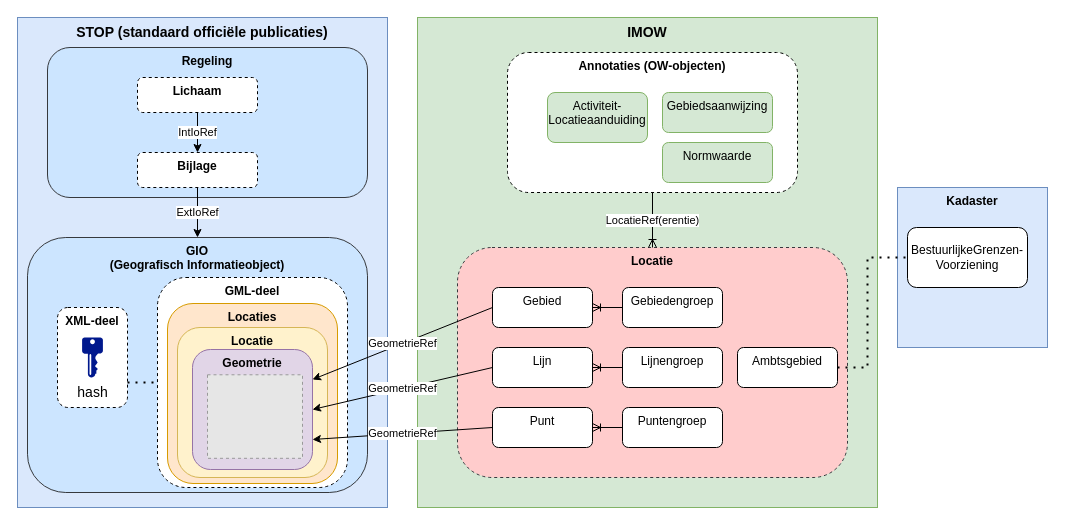
Before: LocatieOPenOW.drawio in Geonovum/DrawIO, a draw.io diagram. Source tidied: cells renumbered, new cells numbered last; positions are measured from the earlier drawing's top-left corner, leaving out a move shared by most shapes. Both pictures are drawn from the tidied source at 100%, with x=0, y=0 at pixel (17, 17). Pictures stored in the file or linked from it are replaced by grey dashed boxes.
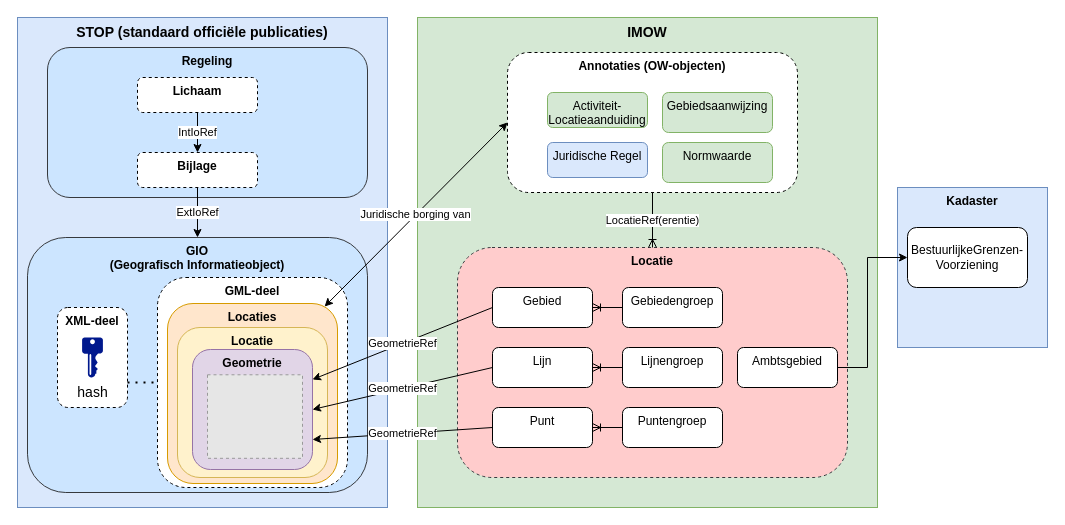
The same page after the edit.

The change refers to these unchanged cells:
```xml
<mxCell id="13" value="&lt;b&gt;Annotaties (OW-objecten)&lt;/b&gt;" style="rounded=1;whiteSpace=wrap;html=1;verticalAlign=top;dashed=1;" parent="1" vertex="1">
  <mxGeometry x="490" y="35" width="290" height="140" as="geometry" />
</mxCell>
<mxCell id="30" value="&lt;b&gt;Locaties&lt;/b&gt;" style="rounded=1;whiteSpace=wrap;html=1;verticalAlign=top;fillColor=#ffe6cc;strokeColor=#d79b00;" parent="1" vertex="1">
  <mxGeometry x="150" y="286" width="170" height="180" as="geometry" />
</mxCell>
<mxCell id="34" value="Ambtsgebied" style="rounded=1;whiteSpace=wrap;html=1;verticalAlign=top;" parent="1" vertex="1">
  <mxGeometry x="720" y="330" width="100" height="40" as="geometry" />
</mxCell>
<mxCell id="35" value="BestuurlijkeGrenzen-Voorziening" style="rounded=1;whiteSpace=wrap;html=1;" parent="1" vertex="1">
  <mxGeometry x="890" y="210" width="120" height="60" as="geometry" />
</mxCell>
```

Diff of the diagram source:
```diff
@@
     <mxCell id="14" value="Activiteit-Locatieaanduiding" style="rounded=1;whiteSpace=wrap;html=1;verticalAlign=top;fillColor=#d5e8d4;strokeColor=#82b366;" parent="1" vertex="1">
-      <mxGeometry x="530" y="75" width="100" height="50" as="geometry" />
+      <mxGeometry x="530" y="75" width="100" height="35" as="geometry" />
     </mxCell>
@@
-    <mxCell id="36" style="endArrow=none;dashed=1;html=1;dashPattern=1 3;strokeWidth=2;rounded=0;exitX=1;exitY=0.5;exitDx=0;exitDy=0;entryX=0;entryY=0.5;entryDx=0;entryDy=0;" parent="1" edge="1" source="34" target="35">
+    <mxCell id="36" style="endArrow=classic;html=1;strokeWidth=1;rounded=0;exitX=1;exitY=0.5;exitDx=0;exitDy=0;entryX=0;entryY=0.5;entryDx=0;entryDy=0;endFill=1;" parent="1" edge="1" source="34" target="35">
       <mxGeometry relative="1" as="geometry">
         <Array as="points">
           <mxPoint x="850" y="350" />
           <mxPoint x="850" y="240" />
         </Array>
       </mxGeometry>
     </mxCell>
@@
+    <mxCell id="40" value="Juridische Regel" style="rounded=1;whiteSpace=wrap;html=1;verticalAlign=top;fillColor=#dae8fc;strokeColor=#6c8ebf;" parent="1" vertex="1">
+      <mxGeometry x="530" y="125" width="100" height="35" as="geometry" />
+    </mxCell>
+    <mxCell id="41" value="Juridische borging van" style="endArrow=classic;html=1;rounded=0;exitX=0;exitY=0.5;exitDx=0;exitDy=0;startArrow=classic;startFill=1;entryX=0.924;entryY=0.017;entryDx=0;entryDy=0;entryPerimeter=0;" parent="1" edge="1" source="13" target="30">
+      <mxGeometry relative="1" as="geometry" />
+    </mxCell>
```
